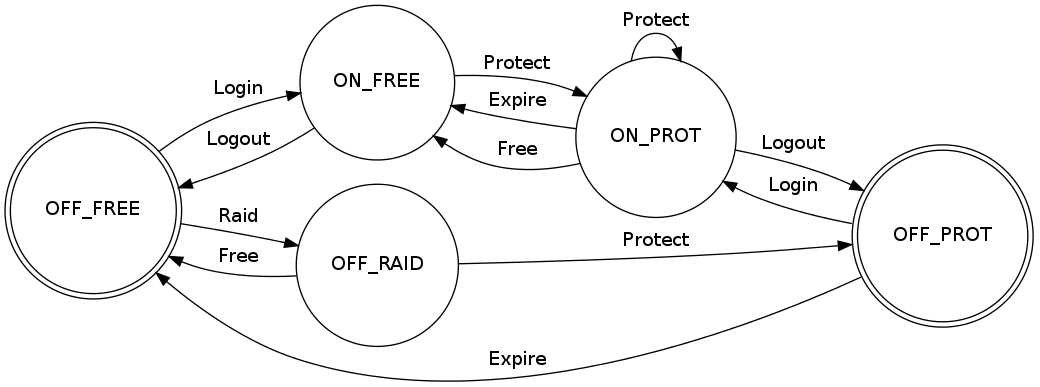
xtaci/gonet keeps this Graphviz diagram as doc/fsm.png. Above is the earlier version. Its source is kept beside it as doc/fsm.dot.
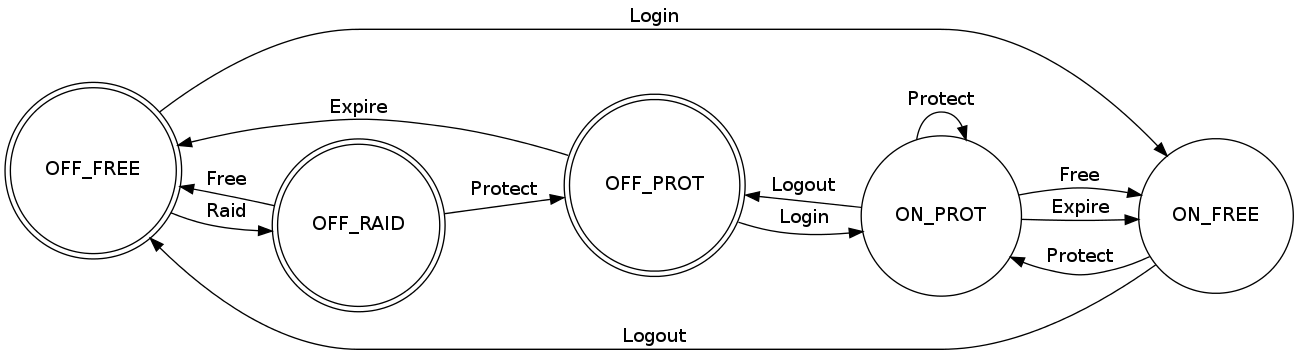
After the commit.

Change to the diagram source:
```diff
@@ -1,6 +1,6 @@
 digraph G {
 	rankdir=LR;
-	node [shape = doublecircle]; OFF_FREE OFF_PROT;
+	node [shape = doublecircle]; OFF_FREE OFF_PROT OFF_RAID;
 	node [shape = circle];
 	OFF_FREE->ON_FREE [label="Login"];
 	OFF_FREE->OFF_RAID [label="Raid"];
```
